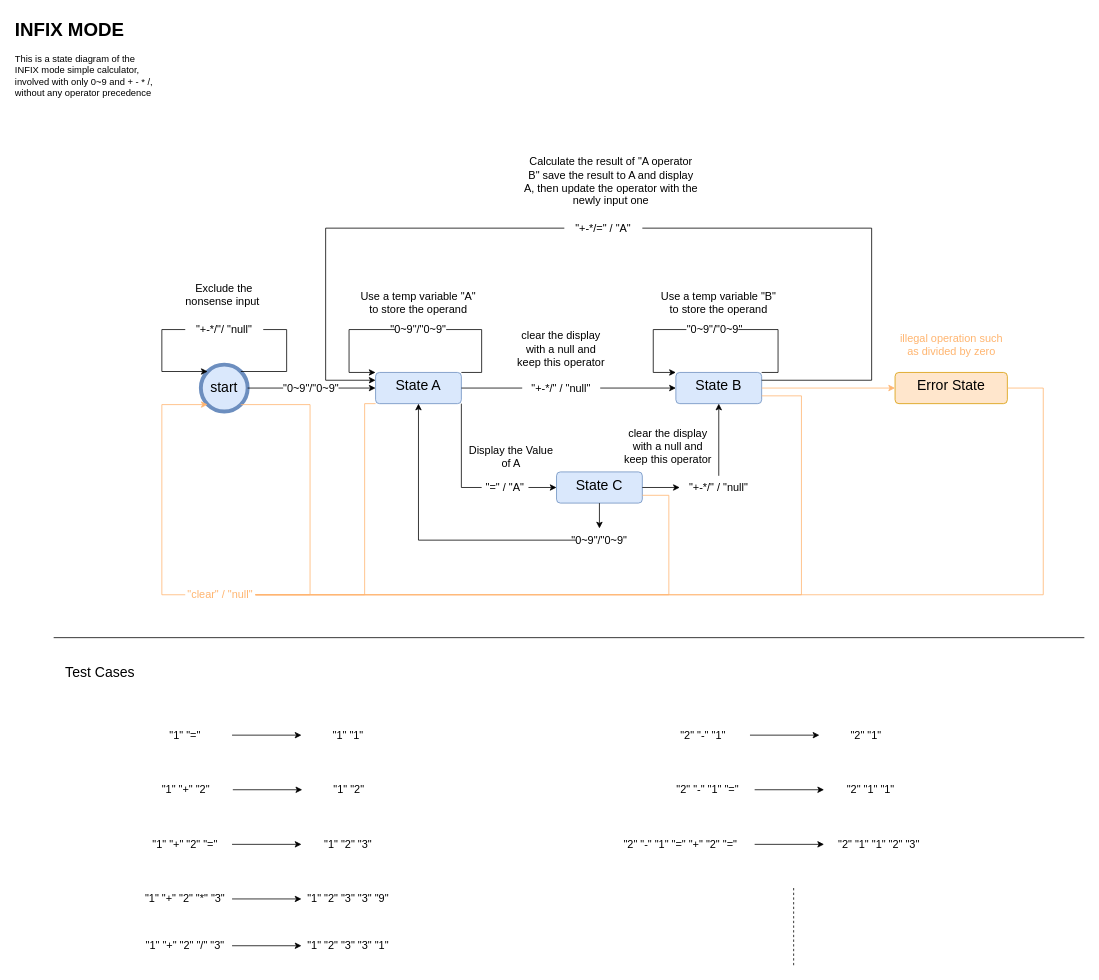
Earlier version of the draw.io diagram page "INFIX" (1 of 2) of res/calculator_state_diagram.drawio (dcheng69/Simple_Calculator). Source tidied: cells renumbered, new cells numbered last; positions are measured from the earlier drawing's top-left corner, leaving out a move shared by most shapes. Both pictures are drawn from the tidied source at 78%, with x=0, y=0 at pixel (13, 13).
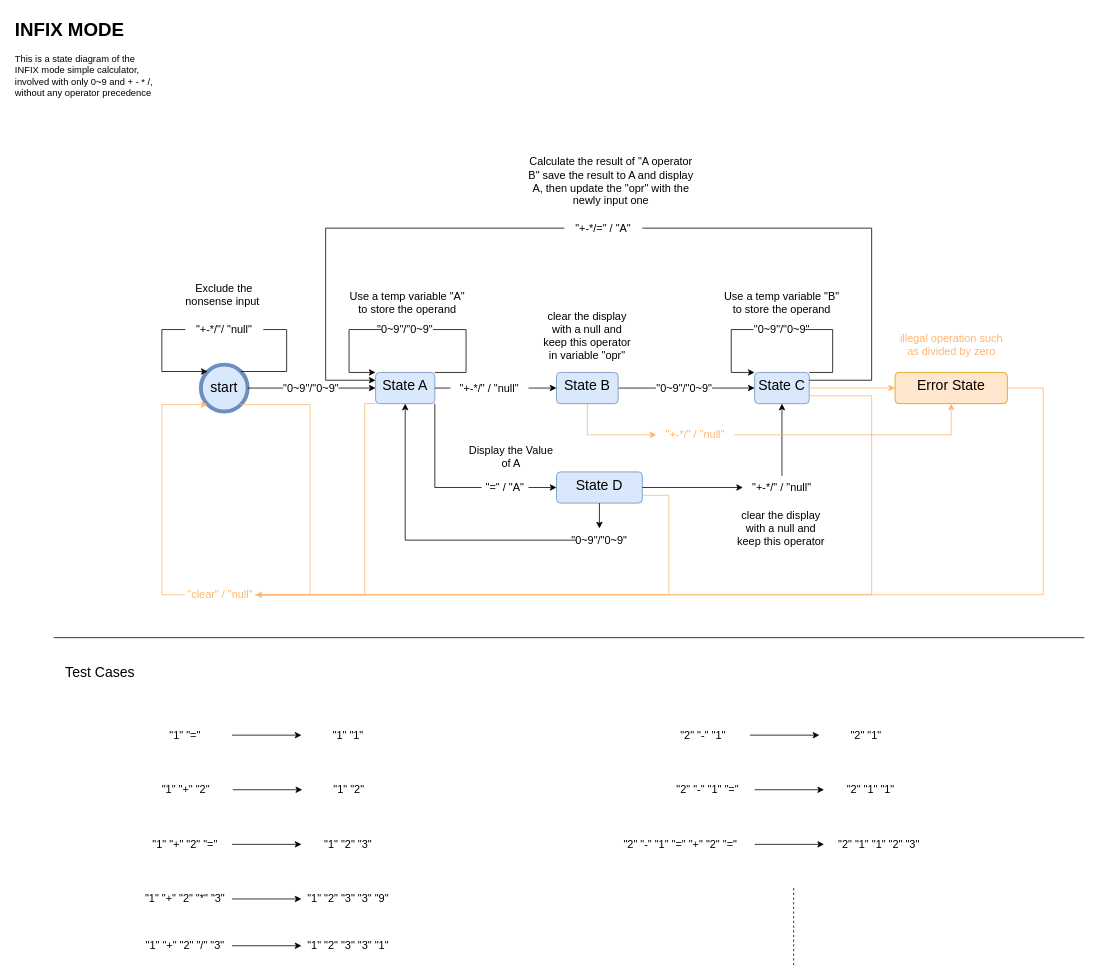
The same diagram, later.

Commit message (it also covers changes not shown here):
Update the INFIX state chart

[Ticket: INFIX state chart]

[body]
1. Update the INFIX state chart add and operator state

[test]
none

Unchanged cells that the change refers to:
```xml
<mxCell id="57" value="&lt;font style=&quot;font-size: 14px;&quot;&gt;&quot;=&quot; / &quot;A&quot;&lt;/font&gt;" style="text;html=1;align=center;verticalAlign=middle;whiteSpace=wrap;rounded=0;" parent="1" vertex="1">
  <mxGeometry x="600" y="595" width="60" height="25" as="geometry" />
</mxCell>
<mxCell id="65" value="&lt;span style=&quot;font-size: 14px; text-wrap: nowrap; background-color: rgb(255, 255, 255);&quot;&gt;&quot;0~9&quot;/&quot;0~9&quot;&lt;/span&gt;" style="text;html=1;align=center;verticalAlign=middle;whiteSpace=wrap;rounded=0;" parent="1" vertex="1">
  <mxGeometry x="721" y="660" width="60" height="30" as="geometry" />
</mxCell>
<mxCell id="67" value="&lt;font style=&quot;font-size: 18px;&quot;&gt;Error State&lt;/font&gt;" style="html=1;align=center;verticalAlign=top;rounded=1;absoluteArcSize=1;arcSize=10;dashed=0;whiteSpace=wrap;fillColor=#ffe6cc;strokeColor=#d79b00;" parent="1" vertex="1">
  <mxGeometry x="1130" y="460" width="144" height="40" as="geometry" />
</mxCell>
<mxCell id="70" value="&lt;span style=&quot;font-size: 14px;&quot;&gt;&lt;font color=&quot;#ffb570&quot;&gt;&quot;clear&quot; / &quot;null&quot;&lt;/font&gt;&lt;/span&gt;" style="text;html=1;align=center;verticalAlign=middle;whiteSpace=wrap;rounded=0;" parent="1" vertex="1">
  <mxGeometry x="220" y="730" width="90" height="30" as="geometry" />
</mxCell>
```

Change to the diagram source:
```diff
@@
     <mxCell id="4" value="&lt;font style=&quot;font-size: 18px;&quot;&gt;State A&lt;/font&gt;" style="html=1;align=center;verticalAlign=top;rounded=1;absoluteArcSize=1;arcSize=10;dashed=0;whiteSpace=wrap;fillColor=#dae8fc;strokeColor=#6c8ebf;" parent="1" vertex="1">
-      <mxGeometry x="464" y="460" width="110" height="40" as="geometry" />
+      <mxGeometry x="464" y="460" width="76" height="40" as="geometry" />
     </mxCell>
@@
     <mxCell id="12" style="endArrow=none;html=1;rounded=0;exitX=1;exitY=0;exitDx=0;exitDy=0;entryX=1;entryY=0.5;entryDx=0;entryDy=0;edgeStyle=elbowEdgeStyle;" parent="1" edge="1" source="4" target="13">
       <mxGeometry relative="1" as="geometry">
         <Array as="points">
-          <mxPoint x="600" y="400" />
+          <mxPoint x="580" y="440" />
         </Array>
       </mxGeometry>
     </mxCell>
     <mxCell id="13" value="&lt;span style=&quot;font-size: 14px; text-wrap: nowrap; background-color: rgb(255, 255, 255);&quot;&gt;&quot;0~9&quot;/&quot;0~9&quot;&lt;/span&gt;" style="text;html=1;align=center;verticalAlign=middle;whiteSpace=wrap;rounded=0;" parent="1" vertex="1">
-      <mxGeometry x="489" y="390" width="60" height="30" as="geometry" />
+      <mxGeometry x="472" y="390" width="60" height="30" as="geometry" />
     </mxCell>
@@
     <mxCell id="16" value="&lt;font style=&quot;font-size: 14px;&quot;&gt;Use a temp variable &quot;A&quot; to store the operand&lt;/font&gt;" style="text;html=1;align=center;verticalAlign=middle;whiteSpace=wrap;rounded=0;" parent="1" vertex="1">
-      <mxGeometry x="444" y="350" width="150" height="40" as="geometry" />
+      <mxGeometry x="430" y="350" width="150" height="40" as="geometry" />
     </mxCell>
-    <mxCell id="17" style="endArrow=none;html=1;rounded=0;exitX=1;exitY=0.5;exitDx=0;exitDy=0;entryX=0;entryY=0.5;entryDx=0;entryDy=0;" parent="1" edge="1" source="4" target="49">
-      <mxGeometry relative="1" as="geometry" />
-    </mxCell>
-    <mxCell id="18" style="endArrow=classic;html=1;rounded=0;entryX=0;entryY=0.5;entryDx=0;entryDy=0;exitX=1;exitY=0.5;exitDx=0;exitDy=0;" parent="1" edge="1" source="49" target="48">
-      <mxGeometry relative="1" as="geometry" />
+    <mxCell id="18" style="endArrow=classic;html=1;rounded=0;exitX=1;exitY=0.5;exitDx=0;exitDy=0;" parent="1" edge="1" source="80">
+      <mxGeometry relative="1" as="geometry">
+        <mxPoint x="730" y="480" as="targetPoint" />
+      </mxGeometry>
     </mxCell>
     <mxCell id="19" style="edgeStyle=orthogonalEdgeStyle;rounded=0;jettySize=auto;html=1;exitX=0;exitY=0.5;exitDx=0;exitDy=0;entryX=0;entryY=0;entryDx=0;entryDy=0;" parent="1" edge="1" source="50" target="48">
       <mxGeometry relative="1" as="geometry">
         <Array as="points">
-          <mxPoint x="820" y="405" />
-          <mxPoint x="820" y="460" />
+          <mxPoint x="920" y="405" />
+          <mxPoint x="920" y="460" />
         </Array>
       </mxGeometry>
     </mxCell>
-    <mxCell id="20" value="&lt;font style=&quot;font-size: 14px;&quot;&gt;clear the display with a null and keep this operator&lt;/font&gt;" style="text;html=1;align=center;verticalAlign=middle;whiteSpace=wrap;rounded=0;" parent="1" vertex="1">
-      <mxGeometry x="644" y="410" width="116" height="40" as="geometry" />
+    <mxCell id="20" value="&lt;font style=&quot;font-size: 14px;&quot;&gt;clear the display with a null and keep this operator in variable &quot;opr&quot;&lt;/font&gt;" style="text;html=1;align=center;verticalAlign=middle;whiteSpace=wrap;rounded=0;" parent="1" vertex="1">
+      <mxGeometry x="674.2" y="377.5" width="122.5" height="70" as="geometry" />
     </mxCell>
@@
-    <mxCell id="48" value="&lt;font style=&quot;font-size: 18px;&quot;&gt;State B&lt;/font&gt;" style="html=1;align=center;verticalAlign=top;rounded=1;absoluteArcSize=1;arcSize=10;dashed=0;whiteSpace=wrap;fillColor=#dae8fc;strokeColor=#6c8ebf;" parent="1" vertex="1">
-      <mxGeometry x="849" y="460" width="110" height="40" as="geometry" />
+    <mxCell id="48" value="&lt;font style=&quot;font-size: 18px;&quot;&gt;State C&lt;/font&gt;" style="html=1;align=center;verticalAlign=top;rounded=1;absoluteArcSize=1;arcSize=10;dashed=0;whiteSpace=wrap;fillColor=#dae8fc;strokeColor=#6c8ebf;" parent="1" vertex="1">
+      <mxGeometry x="950" y="460" width="70" height="40" as="geometry" />
     </mxCell>
-    <mxCell id="49" value="&lt;font style=&quot;font-size: 14px;&quot;&gt;&quot;+-*/&quot; / &quot;null&quot;&lt;/font&gt;" style="text;html=1;align=center;verticalAlign=middle;whiteSpace=wrap;rounded=0;" parent="1" vertex="1">
-      <mxGeometry x="652" y="465" width="100" height="30" as="geometry" />
-    </mxCell>
     <mxCell id="50" value="&lt;span style=&quot;font-size: 14px; text-wrap: nowrap; background-color: rgb(255, 255, 255);&quot;&gt;&quot;0~9&quot;/&quot;0~9&quot;&lt;/span&gt;" style="text;html=1;align=center;verticalAlign=middle;whiteSpace=wrap;rounded=0;" parent="1" vertex="1">
-      <mxGeometry x="869" y="390" width="60" height="30" as="geometry" />
+      <mxGeometry x="955" y="390" width="60" height="30" as="geometry" />
     </mxCell>
     <mxCell id="51" style="endArrow=none;html=1;rounded=0;exitX=1;exitY=0;exitDx=0;exitDy=0;entryX=1;entryY=0.5;entryDx=0;entryDy=0;edgeStyle=elbowEdgeStyle;" parent="1" edge="1" source="48" target="50">
       <mxGeometry relative="1" as="geometry">
         <Array as="points">
-          <mxPoint x="980" y="440" />
+          <mxPoint x="1050" y="440" />
         </Array>
       </mxGeometry>
     </mxCell>
     <mxCell id="52" value="&lt;font style=&quot;font-size: 14px;&quot;&gt;Use a temp variable &quot;B&quot; to store the operand&lt;/font&gt;" style="text;html=1;align=center;verticalAlign=middle;whiteSpace=wrap;rounded=0;" parent="1" vertex="1">
-      <mxGeometry x="822.2" y="350" width="163.5" height="40" as="geometry" />
+      <mxGeometry x="903.2" y="350" width="163.5" height="40" as="geometry" />
     </mxCell>
@@
-    <mxCell id="55" value="&lt;span style=&quot;font-size: 14px;&quot;&gt;Calculate the result of &quot;A operator B&quot; save the result to A and display A, then update the operator with the newly input one&lt;/span&gt;" style="text;html=1;align=center;verticalAlign=middle;whiteSpace=wrap;rounded=0;" parent="1" vertex="1">
+    <mxCell id="55" value="&lt;span style=&quot;font-size: 14px;&quot;&gt;Calculate the result of &quot;A operator B&quot; save the result to A and display A, then update the &quot;opr&quot; with the newly input one&lt;/span&gt;" style="text;html=1;align=center;verticalAlign=middle;whiteSpace=wrap;rounded=0;" parent="1" vertex="1">
       <mxGeometry x="652" y="180" width="228" height="70" as="geometry" />
     </mxCell>
-    <mxCell id="56" value="&lt;font style=&quot;font-size: 18px;&quot;&gt;State C&lt;/font&gt;" style="html=1;align=center;verticalAlign=top;rounded=1;absoluteArcSize=1;arcSize=10;dashed=0;whiteSpace=wrap;fillColor=#dae8fc;strokeColor=#6c8ebf;" parent="1" vertex="1">
+    <mxCell id="56" value="&lt;font style=&quot;font-size: 18px;&quot;&gt;State D&lt;/font&gt;" style="html=1;align=center;verticalAlign=top;rounded=1;absoluteArcSize=1;arcSize=10;dashed=0;whiteSpace=wrap;fillColor=#dae8fc;strokeColor=#6c8ebf;" parent="1" vertex="1">
       <mxGeometry x="696" y="587.5" width="110" height="40" as="geometry" />
     </mxCell>
@@
     <mxCell id="58" style="endArrow=none;html=1;rounded=0;entryX=1;entryY=1;entryDx=0;entryDy=0;exitX=0;exitY=0.5;exitDx=0;exitDy=0;edgeStyle=elbowEdgeStyle;" parent="1" edge="1" source="57" target="4">
       <mxGeometry relative="1" as="geometry">
         <Array as="points">
-          <mxPoint x="574" y="560" />
+          <mxPoint x="540" y="560" />
         </Array>
       </mxGeometry>
     </mxCell>
@@
     <mxCell id="61" value="&lt;font style=&quot;font-size: 14px;&quot;&gt;&quot;+-*/&quot; / &quot;null&quot;&lt;/font&gt;" style="text;html=1;align=center;verticalAlign=middle;whiteSpace=wrap;rounded=0;" parent="1" vertex="1">
-      <mxGeometry x="854" y="592.5" width="100" height="30" as="geometry" />
+      <mxGeometry x="935" y="592.5" width="100" height="30" as="geometry" />
     </mxCell>
@@
     <mxCell id="66" style="endArrow=classic;html=1;rounded=0;exitX=0;exitY=0.5;exitDx=0;exitDy=0;entryX=0.5;entryY=1;entryDx=0;entryDy=0;edgeStyle=elbowEdgeStyle;" parent="1" edge="1" source="65" target="4">
       <mxGeometry relative="1" as="geometry">
         <Array as="points">
-          <mxPoint x="519" y="600" />
+          <mxPoint x="502" y="590" />
         </Array>
       </mxGeometry>
     </mxCell>
@@
     <mxCell id="74" style="endArrow=none;html=1;rounded=0;entryX=1;entryY=0.5;entryDx=0;entryDy=0;strokeColor=#FFB570;edgeStyle=elbowEdgeStyle;endFill=0;exitX=1;exitY=0.75;exitDx=0;exitDy=0;" parent="1" edge="1" source="48" target="70">
       <mxGeometry relative="1" as="geometry">
         <Array as="points">
-          <mxPoint x="1010" y="630" />
+          <mxPoint x="1100" y="620" />
         </Array>
       </mxGeometry>
     </mxCell>
@@
-    <mxCell id="76" style="endArrow=none;html=1;rounded=0;entryX=1;entryY=0.5;entryDx=0;entryDy=0;strokeColor=#FFB570;edgeStyle=elbowEdgeStyle;endFill=0;exitX=0;exitY=1;exitDx=0;exitDy=0;" parent="1" edge="1" source="4" target="70">
+    <mxCell id="76" style="endArrow=classic;html=1;rounded=0;entryX=1;entryY=0.5;entryDx=0;entryDy=0;strokeColor=#FFB570;edgeStyle=elbowEdgeStyle;endFill=1;exitX=0;exitY=1;exitDx=0;exitDy=0;" parent="1" edge="1" source="4" target="70">
       <mxGeometry relative="1" as="geometry">
         <Array as="points">
           <mxPoint x="450" y="620" />
         </Array>
       </mxGeometry>
     </mxCell>
     <mxCell id="77" value="&lt;font style=&quot;font-size: 14px;&quot;&gt;clear the display with a null and keep this operator&lt;/font&gt;" style="text;html=1;align=center;verticalAlign=middle;whiteSpace=wrap;rounded=0;" parent="1" vertex="1">
-      <mxGeometry x="781" y="535" width="116" height="40" as="geometry" />
+      <mxGeometry x="925.8" y="640" width="116" height="40" as="geometry" />
     </mxCell>
+    <mxCell id="17" style="endArrow=none;html=1;rounded=0;exitX=1;exitY=0.5;exitDx=0;exitDy=0;" parent="1" edge="1" source="4" target="49">
+      <mxGeometry relative="1" as="geometry" />
+    </mxCell>
+    <mxCell id="49" value="&lt;font style=&quot;font-size: 14px;&quot;&gt;&quot;+-*/&quot; / &quot;null&quot;&lt;/font&gt;" style="text;html=1;align=center;verticalAlign=middle;whiteSpace=wrap;rounded=0;" parent="1" vertex="1">
+      <mxGeometry x="560" y="465" width="100" height="30" as="geometry" />
+    </mxCell>
+    <mxCell id="78" style="endArrow=classic;html=1;rounded=0;exitX=1;exitY=0.5;exitDx=0;exitDy=0;" parent="1" edge="1" source="49" target="80">
+      <mxGeometry relative="1" as="geometry" />
+    </mxCell>
+    <mxCell id="79" style="edgeStyle=orthogonalEdgeStyle;rounded=0;jettySize=auto;html=1;endArrow=none;endFill=0;" parent="1" edge="1" source="80" target="82">
+      <mxGeometry relative="1" as="geometry" />
+    </mxCell>
+    <mxCell id="80" value="&lt;font style=&quot;font-size: 18px;&quot;&gt;State B&lt;/font&gt;" style="html=1;align=center;verticalAlign=top;rounded=1;absoluteArcSize=1;arcSize=10;dashed=0;whiteSpace=wrap;fillColor=#dae8fc;strokeColor=#6c8ebf;" parent="1" vertex="1">
+      <mxGeometry x="696" y="460" width="79" height="40" as="geometry" />
+    </mxCell>
+    <mxCell id="81" style="edgeStyle=orthogonalEdgeStyle;rounded=0;jettySize=auto;html=1;" parent="1" edge="1" source="82" target="48">
+      <mxGeometry relative="1" as="geometry" />
+    </mxCell>
+    <mxCell id="82" value="&lt;span style=&quot;font-size: 14px; text-wrap: nowrap; background-color: rgb(255, 255, 255);&quot;&gt;&quot;0~9&quot;/&quot;0~9&quot;&lt;/span&gt;" style="text;html=1;align=center;verticalAlign=middle;whiteSpace=wrap;rounded=0;" parent="1" vertex="1">
+      <mxGeometry x="830" y="465" width="60" height="30" as="geometry" />
+    </mxCell>
+    <mxCell id="83" style="endArrow=classic;html=1;rounded=0;entryX=0;entryY=0.5;entryDx=0;entryDy=0;exitX=0.5;exitY=1;exitDx=0;exitDy=0;strokeColor=#FFB570;edgeStyle=orthogonalEdgeStyle;" parent="1" edge="1" source="80" target="84">
+      <mxGeometry relative="1" as="geometry" />
+    </mxCell>
+    <mxCell id="84" value="&lt;font color=&quot;#ffb570&quot; style=&quot;font-size: 14px;&quot;&gt;&quot;+-*/&quot; / &quot;null&quot;&lt;/font&gt;" style="text;html=1;align=center;verticalAlign=middle;whiteSpace=wrap;rounded=0;" parent="1" vertex="1">
+      <mxGeometry x="824" y="525" width="100" height="30" as="geometry" />
+    </mxCell>
+    <mxCell id="85" style="endArrow=classic;html=1;rounded=0;entryX=0.5;entryY=1;entryDx=0;entryDy=0;exitX=1;exitY=0.5;exitDx=0;exitDy=0;strokeColor=#FFB570;edgeStyle=orthogonalEdgeStyle;" parent="1" edge="1" source="84" target="67">
+      <mxGeometry relative="1" as="geometry" />
+    </mxCell>
```
